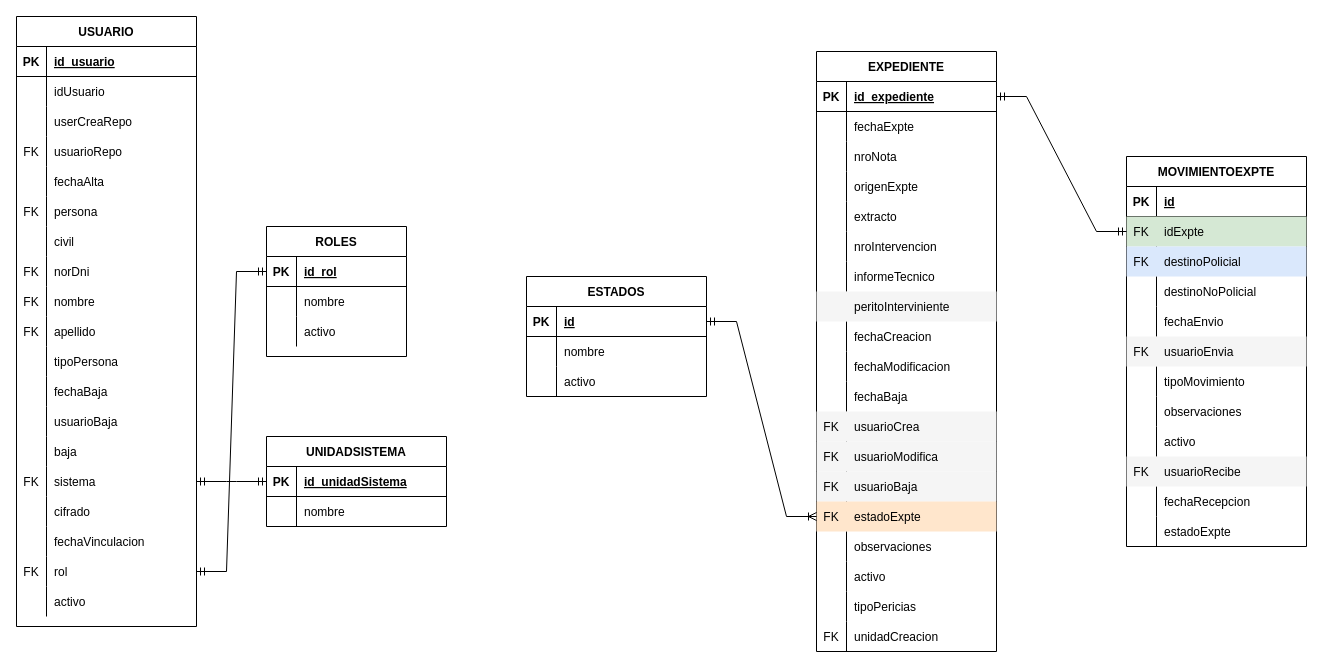
Above: WebApiCriminalistica/ScriptSql/criminalistica.drawio in ariellezcano/WebApiCriminalistica (draw.io), before the change. Source tidied: cells renumbered, new cells numbered last; positions are measured from the earlier drawing's top-left corner, leaving out a move shared by most shapes. Both pictures are drawn from the tidied source at 100%, with x=0, y=0 at pixel (16, 16).
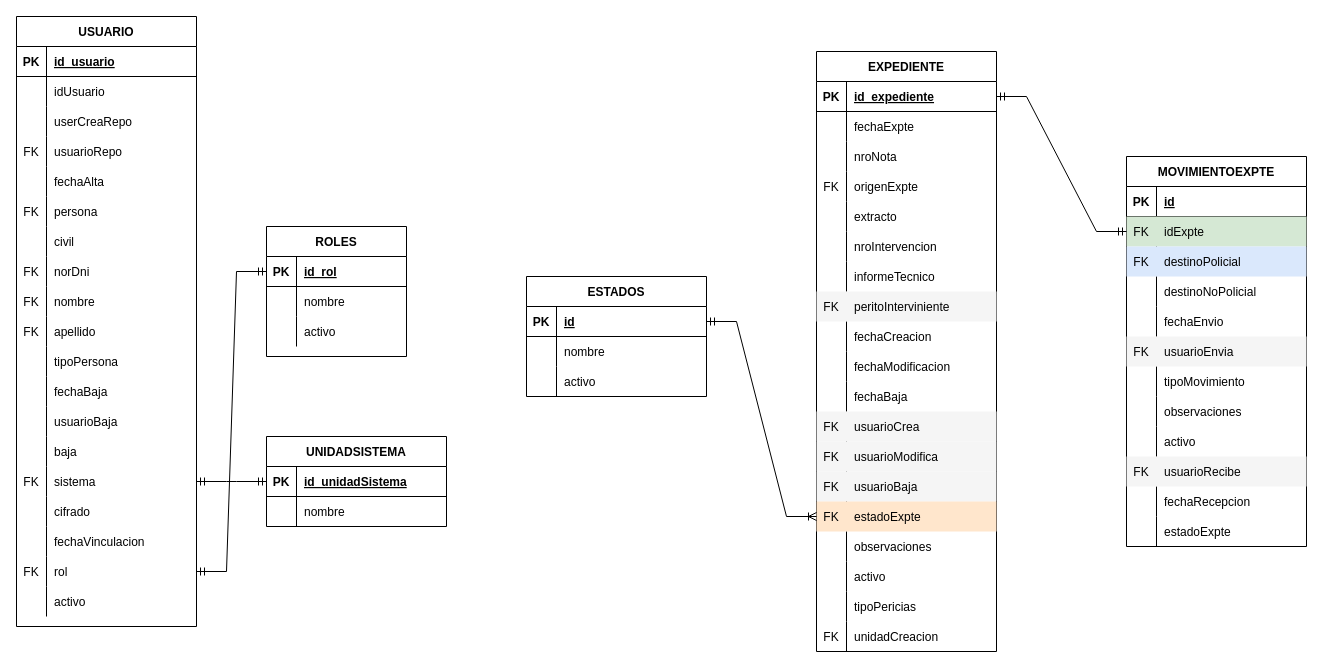
Above is the later version.

The change refers to these unchanged cells:
```xml
<mxCell id="89" style="shape=tableRow;horizontal=0;startSize=0;swimlaneHead=0;swimlaneBody=0;fillColor=none;top=0;left=0;right=0;bottom=0;" parent="79" vertex="1">
  <mxGeometry y="120" width="180" height="30" as="geometry" />
</mxCell>
<mxCell id="101" style="shape=tableRow;horizontal=0;startSize=0;swimlaneHead=0;swimlaneBody=0;fillColor=#f5f5f5;top=0;left=0;right=0;bottom=0;strokeColor=#666666;fontColor=#333333;" parent="79" vertex="1">
  <mxGeometry y="240" width="180" height="30" as="geometry" />
</mxCell>
```

The edit, as a diff of the source:
```diff
@@
-    <mxCell id="90" style="shape=partialRectangle;fillColor=none;top=0;left=0;bottom=0;right=0;overflow=hidden;" parent="89" vertex="1">
+    <mxCell id="90" value="FK" style="shape=partialRectangle;fillColor=none;top=0;left=0;bottom=0;right=0;overflow=hidden;" parent="89" vertex="1">
       <mxGeometry width="30" height="30" as="geometry" />
     </mxCell>
@@
-    <mxCell id="102" style="shape=partialRectangle;fillColor=none;top=0;left=0;bottom=0;right=0;overflow=hidden;" parent="101" vertex="1">
+    <mxCell id="102" value="FK" style="shape=partialRectangle;fillColor=none;top=0;left=0;bottom=0;right=0;overflow=hidden;" parent="101" vertex="1">
       <mxGeometry width="30" height="30" as="geometry" />
     </mxCell>
```
